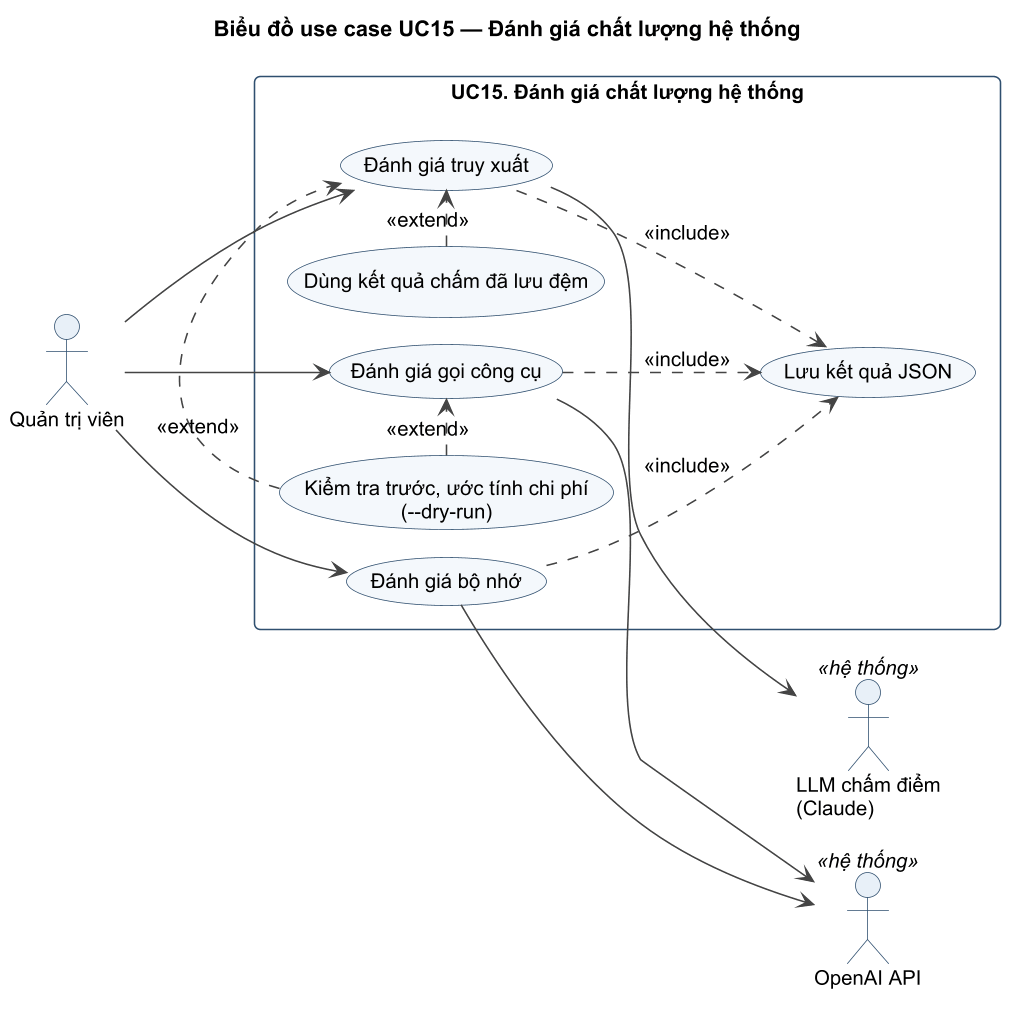
Above: docs/uml/png/UC15_UC.png in hainguyen312/project2-chatbot-rag (PlantUML), before the change.
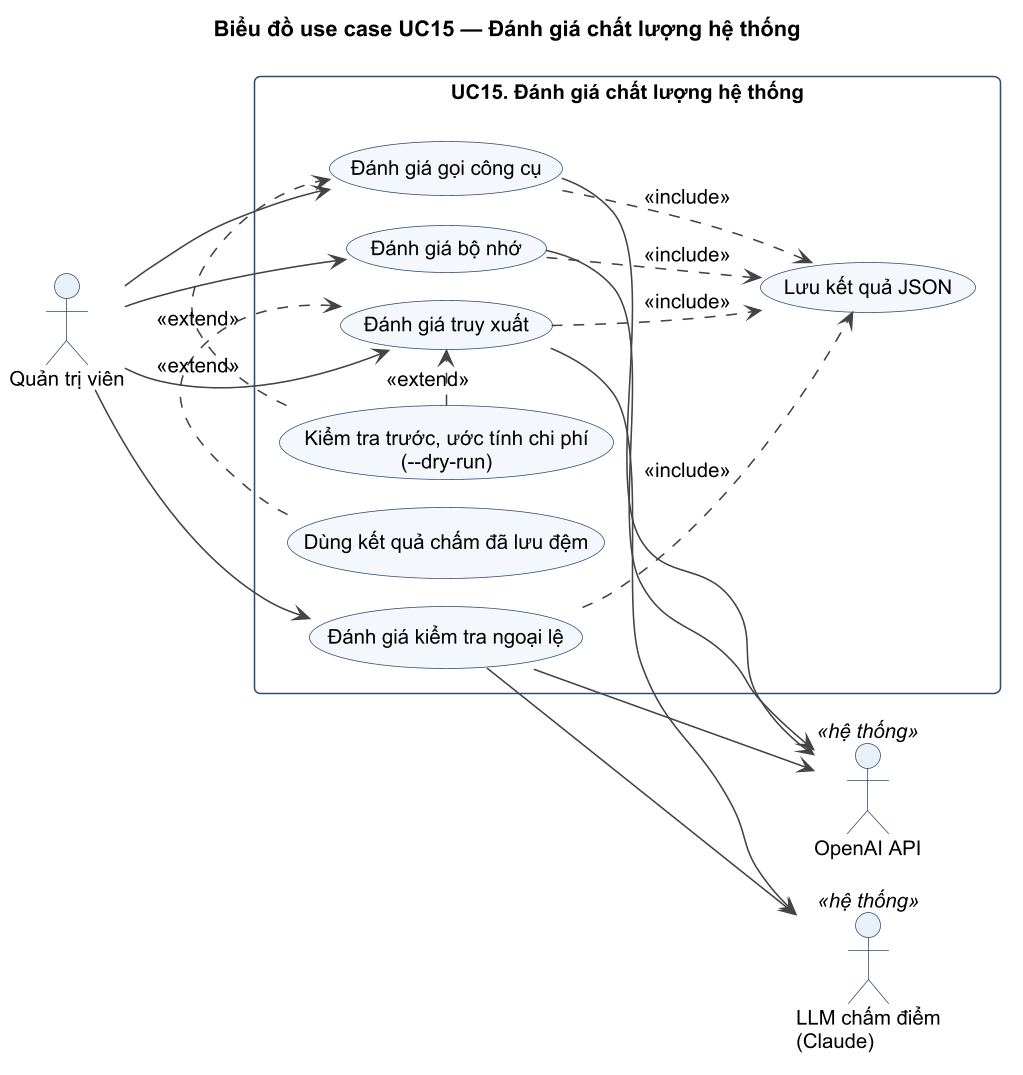
The same diagram one commit later.

Diff of the diagram source:
```diff
@@ -10,6 +10,7 @@
   usecase "Đánh giá truy xuất" as R
   usecase "Đánh giá gọi công cụ" as T
   usecase "Đánh giá bộ nhớ" as M
+  usecase "Đánh giá kiểm tra ngoại lệ" as X
   usecase "Kiểm tra trước, ước tính chi phí\n(--dry-run)" as D
   usecase "Dùng kết quả chấm đã lưu đệm" as C
   usecase "Lưu kết quả JSON" as S
@@ -17,13 +18,17 @@
 A --> R
 A --> T
 A --> M
+A --> X
 D .> R : <<extend>>
 D .> T : <<extend>>
 C .> R : <<extend>>
 R ..> S : <<include>>
 T ..> S : <<include>>
 M ..> S : <<include>>
+X ..> S : <<include>>
 R --> J
 T --> AI
 M --> AI
+X --> AI
+X --> J
 @enduml
```
